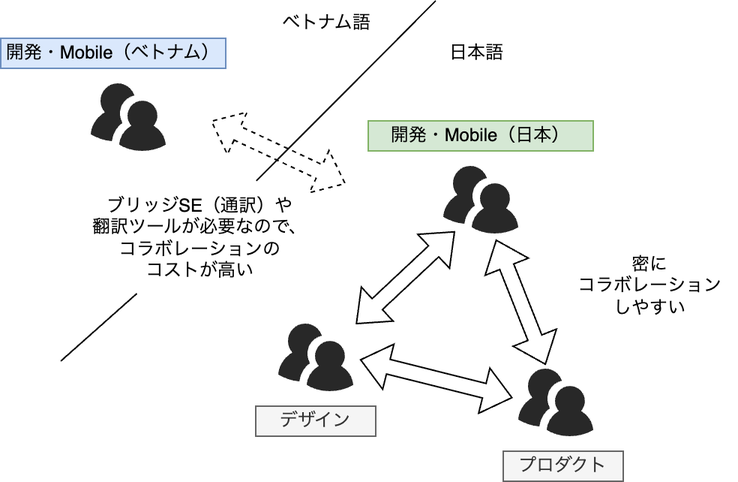
Before: images/continuous-delivery-by-multinational-team/language-barrier.png, a diagram exported from draw.io (shotaIDE/zenn). Source tidied: cells renumbered, new cells last; positions are measured from the earlier drawing's top-left corner, leaving out a move shared by most shapes.
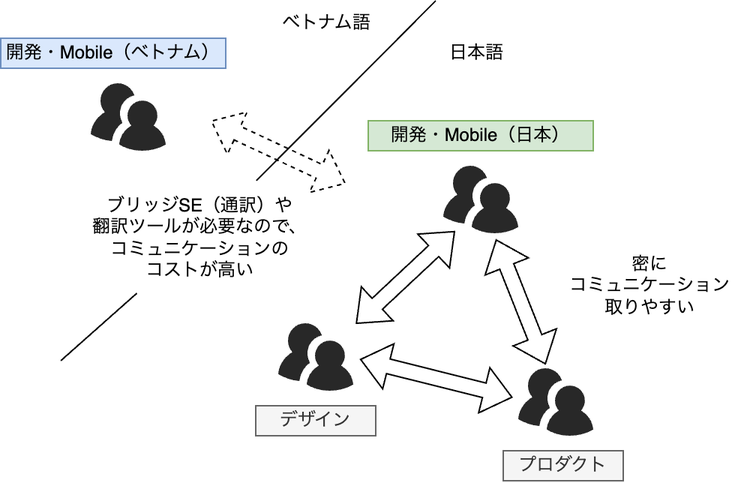
After the change.

Diff of the diagram source:
```diff
@@ -52,7 +52,7 @@
         <mxPoint x="230" y="122" as="targetPoint" />
       </mxGeometry>
     </mxCell>
-    <mxCell id="17" value="密に&lt;br&gt;コラボレーション&lt;br&gt;しやすい" style="text;html=1;strokeColor=none;fillColor=none;align=center;verticalAlign=middle;whiteSpace=wrap;rounded=0;" parent="1" vertex="1">
+    <mxCell id="17" value="密に&lt;br&gt;コミュニケーション&lt;br&gt;取りやすい" style="text;html=1;strokeColor=none;fillColor=none;align=center;verticalAlign=middle;whiteSpace=wrap;rounded=0;" parent="1" vertex="1">
       <mxGeometry x="375" y="165" width="116" height="50" as="geometry" />
     </mxCell>
     <mxCell id="18" style="endArrow=none;html=1;rounded=0;" parent="1" edge="1" target="19">
@@ -60,7 +60,7 @@
         <mxPoint x="40" y="240" as="sourcePoint" />
       </mxGeometry>
     </mxCell>
-    <mxCell id="19" value="ブリッジSE（通訳）や&lt;br&gt;翻訳ツールが必要なので、&lt;br&gt;コラボレーションの&lt;br&gt;コストが高い" style="text;html=1;strokeColor=none;fillColor=none;align=center;verticalAlign=middle;whiteSpace=wrap;rounded=0;" parent="1" vertex="1">
+    <mxCell id="19" value="ブリッジSE（通訳）や&lt;br&gt;翻訳ツールが必要なので、&lt;br&gt;コミュニケーションの&lt;br&gt;コストが高い" style="text;html=1;strokeColor=none;fillColor=none;align=center;verticalAlign=middle;whiteSpace=wrap;rounded=0;" parent="1" vertex="1">
       <mxGeometry x="60" y="120" width="146" height="75" as="geometry" />
     </mxCell>
   </root>
```
